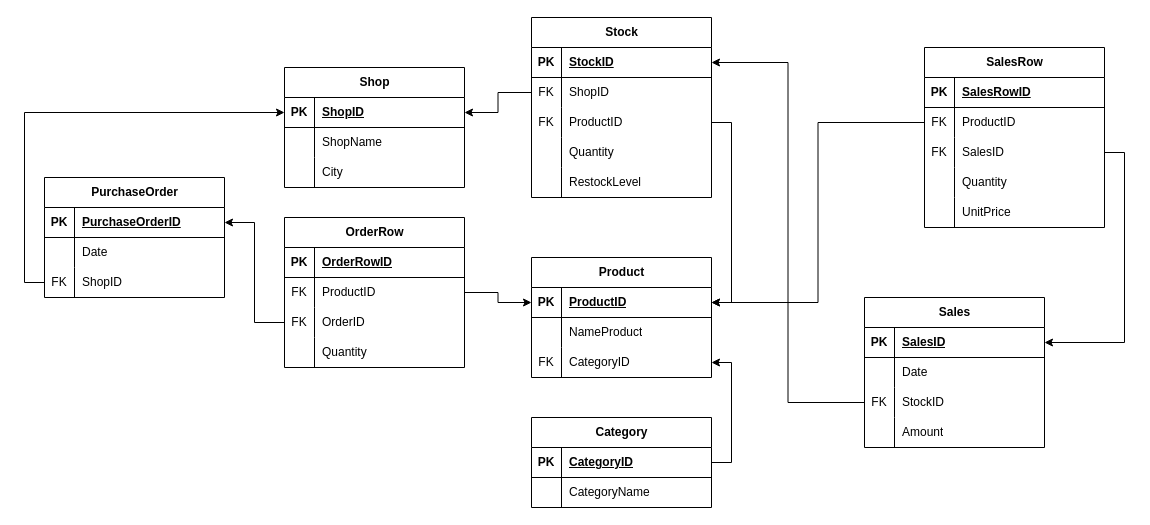
LuigiSolazzi/EpicodeSQL keeps this draw.io diagram as Diagramma senza titolo.drawio. Above is the earlier version. Source tidied: cells renumbered, new cells numbered last; positions are measured from the earlier drawing's top-left corner, leaving out a move shared by most shapes. Both pictures are drawn from the tidied source at 100%, with x=0, y=0 at pixel (44, 17).
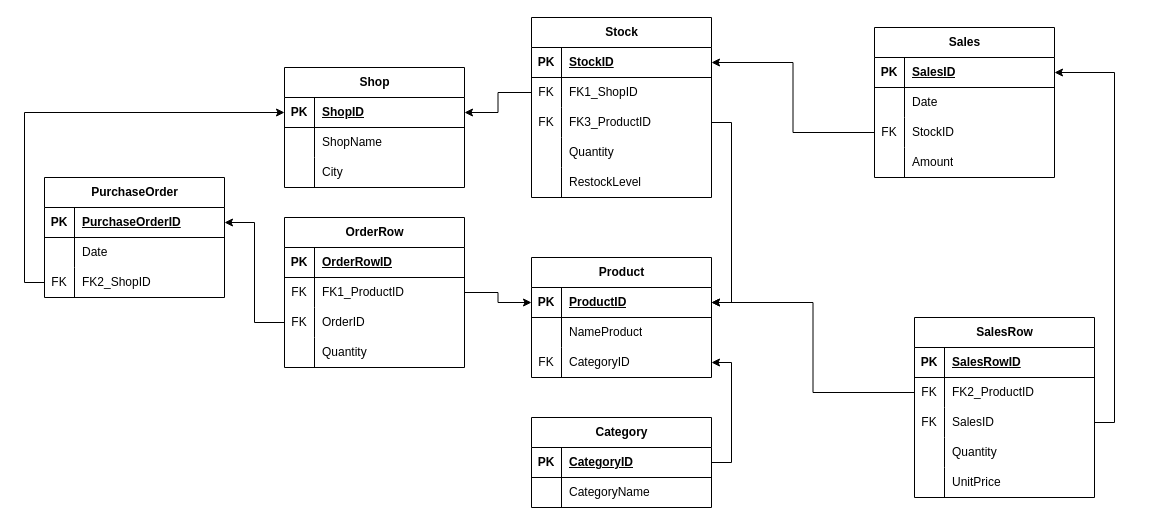
The same diagram, later.

Unchanged cells that the change refers to:
```xml
<mxCell id="16" style="shape=tableRow;horizontal=0;startSize=0;swimlaneHead=0;swimlaneBody=0;fillColor=none;points=[[0,0.5],[1,0.5]];portConstraint=eastwest;top=0;left=0;right=0;bottom=0;" parent="12" vertex="1">
  <mxGeometry y="60" width="180" height="30" as="geometry" />
</mxCell>
<mxCell id="19" style="shape=tableRow;horizontal=0;startSize=0;swimlaneHead=0;swimlaneBody=0;fillColor=none;points=[[0,0.5],[1,0.5]];portConstraint=eastwest;top=0;left=0;right=0;bottom=0;" parent="12" vertex="1">
  <mxGeometry y="90" width="180" height="30" as="geometry" />
</mxCell>
<mxCell id="45" style="shape=tableRow;horizontal=0;startSize=0;swimlaneHead=0;swimlaneBody=0;fillColor=none;points=[[0,0.5],[1,0.5]];portConstraint=eastwest;top=0;left=0;right=0;bottom=0;" parent="38" vertex="1">
  <mxGeometry y="90" width="180" height="30" as="geometry" />
</mxCell>
<mxCell id="52" style="shape=tableRow;horizontal=0;startSize=0;swimlaneHead=0;swimlaneBody=0;fillColor=none;points=[[0,0.5],[1,0.5]];portConstraint=eastwest;top=0;left=0;right=0;bottom=0;" parent="48" vertex="1">
  <mxGeometry y="60" width="180" height="30" as="geometry" />
</mxCell>
<mxCell id="79" style="shape=tableRow;horizontal=0;startSize=0;swimlaneHead=0;swimlaneBody=0;fillColor=none;points=[[0,0.5],[1,0.5]];portConstraint=eastwest;top=0;left=0;right=0;bottom=0;" parent="75" vertex="1">
  <mxGeometry y="60" width="180" height="30" as="geometry" />
</mxCell>
```

Change to the diagram source:
```diff
@@
-    <mxCell id="18" value="ShopID" style="shape=partialRectangle;fillColor=none;top=0;left=0;bottom=0;right=0;align=left;spacingLeft=6;overflow=hidden;whiteSpace=wrap;html=1;" parent="16" vertex="1">
+    <mxCell id="18" value="FK1_ShopID" style="shape=partialRectangle;fillColor=none;top=0;left=0;bottom=0;right=0;align=left;spacingLeft=6;overflow=hidden;whiteSpace=wrap;html=1;" parent="16" vertex="1">
       <mxGeometry x="30" width="150" height="30" as="geometry" />
     </mxCell>
@@
-    <mxCell id="21" value="ProductID" style="shape=partialRectangle;fillColor=none;top=0;left=0;bottom=0;right=0;align=left;spacingLeft=6;overflow=hidden;whiteSpace=wrap;html=1;" parent="19" vertex="1">
+    <mxCell id="21" value="FK3_ProductID" style="shape=partialRectangle;fillColor=none;top=0;left=0;bottom=0;right=0;align=left;spacingLeft=6;overflow=hidden;whiteSpace=wrap;html=1;" parent="19" vertex="1">
       <mxGeometry x="30" width="150" height="30" as="geometry" />
     </mxCell>
@@
-    <mxCell id="47" value="ShopID" style="shape=partialRectangle;fillColor=none;top=0;left=0;bottom=0;right=0;align=left;spacingLeft=6;overflow=hidden;whiteSpace=wrap;html=1;" parent="45" vertex="1">
+    <mxCell id="47" value="FK2_ShopID" style="shape=partialRectangle;fillColor=none;top=0;left=0;bottom=0;right=0;align=left;spacingLeft=6;overflow=hidden;whiteSpace=wrap;html=1;" parent="45" vertex="1">
       <mxGeometry x="30" width="150" height="30" as="geometry" />
     </mxCell>
@@
-    <mxCell id="54" value="ProductID" style="shape=partialRectangle;fillColor=none;top=0;left=0;bottom=0;right=0;align=left;spacingLeft=6;overflow=hidden;whiteSpace=wrap;html=1;" parent="52" vertex="1">
+    <mxCell id="54" value="FK1_ProductID" style="shape=partialRectangle;fillColor=none;top=0;left=0;bottom=0;right=0;align=left;spacingLeft=6;overflow=hidden;whiteSpace=wrap;html=1;" parent="52" vertex="1">
       <mxGeometry x="30" width="150" height="30" as="geometry" />
     </mxCell>
@@
     <mxCell id="62" value="Sales" style="shape=table;startSize=30;childLayout=tableLayout;rowLines=0;fontStyle=1;align=center;html=1;" parent="1" vertex="1">
-      <mxGeometry x="820" y="280" width="180" height="150" as="geometry" />
+      <mxGeometry x="830" y="10" width="180" height="150" as="geometry" />
     </mxCell>
@@
     <mxCell id="75" value="SalesRow" style="shape=table;startSize=30;childLayout=tableLayout;rowLines=0;fontStyle=1;align=center;html=1;" parent="1" vertex="1">
-      <mxGeometry x="880" y="30" width="180" height="180" as="geometry" />
+      <mxGeometry x="870" y="300" width="180" height="180" as="geometry" />
     </mxCell>
@@
-    <mxCell id="81" value="ProductID" style="shape=partialRectangle;fillColor=none;top=0;left=0;bottom=0;right=0;align=left;spacingLeft=6;overflow=hidden;whiteSpace=wrap;html=1;" parent="79" vertex="1">
+    <mxCell id="81" value="FK2_ProductID" style="shape=partialRectangle;fillColor=none;top=0;left=0;bottom=0;right=0;align=left;spacingLeft=6;overflow=hidden;whiteSpace=wrap;html=1;" parent="79" vertex="1">
       <mxGeometry x="30" width="150" height="30" as="geometry" />
     </mxCell>
```
